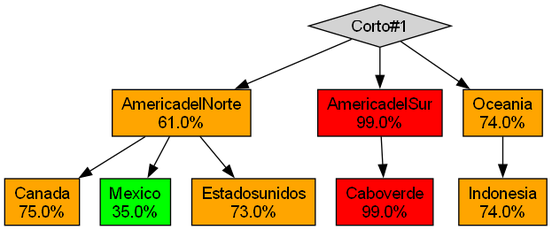
Earlier version of the Graphviz export Proyecto1/grafica_paises.png (Farot3/-LFP-2S24Proyectos_202307820). Its source is kept beside it as Proyecto1/grafica_paises.dot.
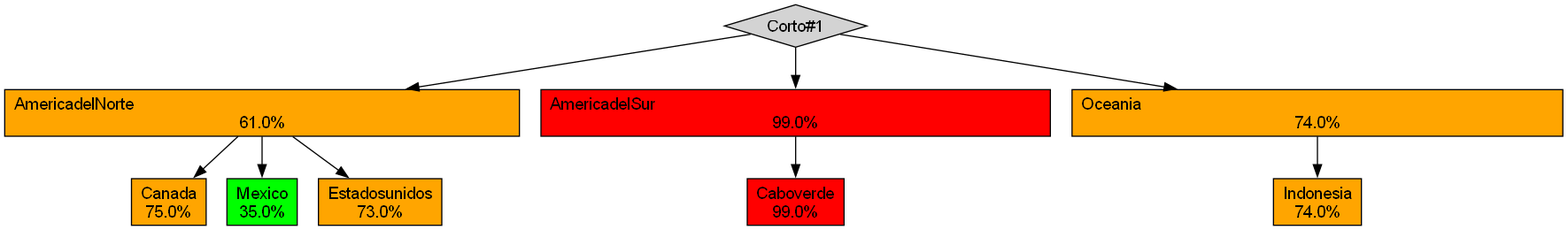
After the change.

What changed in the source:
```diff
@@ -2,20 +2,20 @@
 rankdir=TB;
 node [shape=box, style=filled, fontname="Arial"];
 "Corto#1" [shape=diamond];
-"AmericadelNorte" [label="AmericadelNorte\n61.0%", fillcolor=orange];
-"Corto#1" -> "AmericadelNorte";
+"AmericadelNorte                                                                                     " [label="AmericadelNorte                                                                                     \n61.0%", fillcolor=orange];
+"Corto#1" -> "AmericadelNorte                                                                                     ";
 "Canada" [label="Canada\n75.0%", fillcolor=orange];
-"AmericadelNorte" -> "Canada";
+"AmericadelNorte                                                                                     " -> "Canada";
 "Mexico" [label="Mexico\n35.0%", fillcolor=green];
-"AmericadelNorte" -> "Mexico";
+"AmericadelNorte                                                                                     " -> "Mexico";
 "Estadosunidos" [label="Estadosunidos\n73.0%", fillcolor=orange];
-"AmericadelNorte" -> "Estadosunidos";
-"AmericadelSur" [label="AmericadelSur\n99.0%", fillcolor=red];
-"Corto#1" -> "AmericadelSur";
+"AmericadelNorte                                                                                     " -> "Estadosunidos";
+"AmericadelSur                                                                                       " [label="AmericadelSur                                                                                       \n99.0%", fillcolor=red];
+"Corto#1" -> "AmericadelSur                                                                                       ";
 "Caboverde" [label="Caboverde\n99.0%", fillcolor=red];
-"AmericadelSur" -> "Caboverde";
-"Oceania" [label="Oceania\n74.0%", fillcolor=orange];
-"Corto#1" -> "Oceania";
+"AmericadelSur                                                                                       " -> "Caboverde";
+"Oceania                                                                                             " [label="Oceania                                                                                             \n74.0%", fillcolor=orange];
+"Corto#1" -> "Oceania                                                                                             ";
 "Indonesia" [label="Indonesia\n74.0%", fillcolor=orange];
-"Oceania" -> "Indonesia";
+"Oceania                                                                                             " -> "Indonesia";
 }
```
